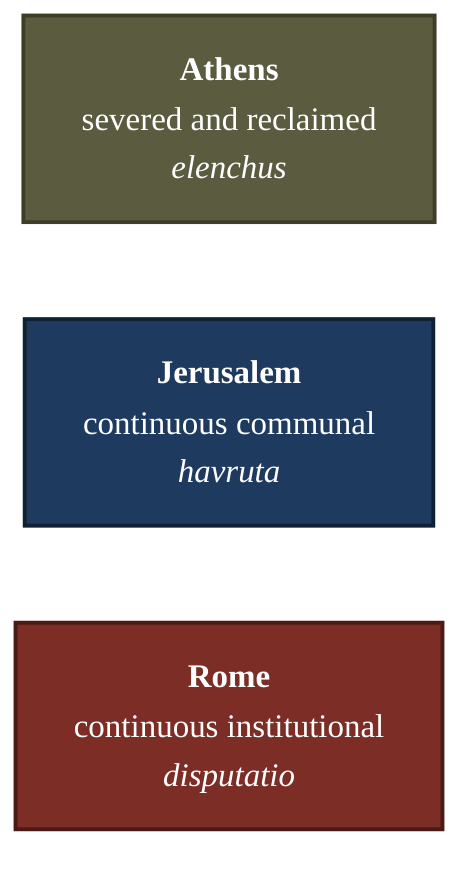
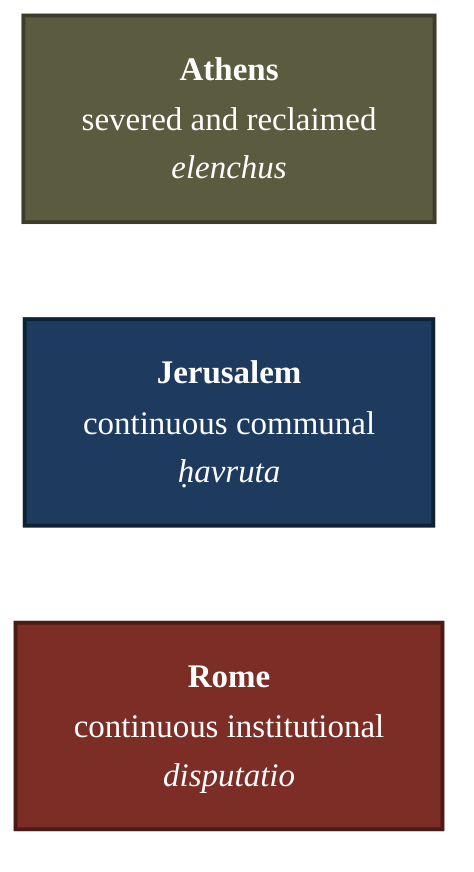
%%{init: {'theme':'neutral','flowchart':{'curve':'basis','nodeSpacing':50,'rankSpacing':60},'themeVariables':{'fontSize':'17px','fontFamily':'Georgia, serif'}}}%%
flowchart LR
  classDef secular fill:#5B5B3F,color:#FFFFFF,stroke:#3D3D2A,stroke-width:2px
  classDef jewish fill:#1E3A5F,color:#FFFFFF,stroke:#0F2235,stroke-width:2px
  classDef catholic fill:#7B2D26,color:#FFFFFF,stroke:#4A1A14,stroke-width:2px

  A["<b>Athens</b><br/>severed and reclaimed<br/><i>elenchus</i>"]:::secular
-   J["<b>Jerusalem</b><br/>continuous communal<br/><i>havruta</i>"]:::jewish
+   J["<b>Jerusalem</b><br/>continuous communal<br/><i>ḥavruta</i>"]:::jewish
  R["<b>Rome</b><br/>continuous institutional<br/><i>disputatio</i>"]:::catholic
